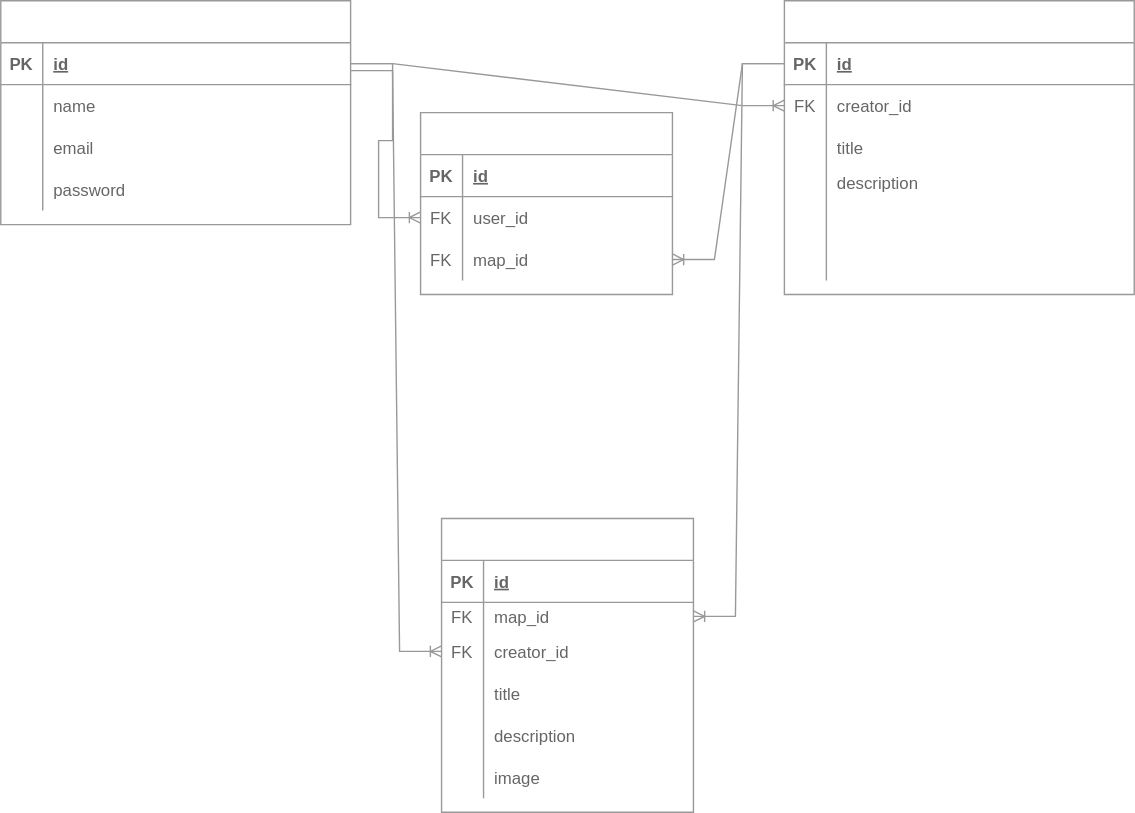
The draw.io diagram docs/erd/wiki-maps.drawio.svg in d33zhou/wikimaps, before a commit. Source tidied: cells renumbered, new cells last; positions are measured from the earlier drawing's top-left corner, leaving out a move shared by most shapes. Its diagram source:
```xml
<mxGraphModel background="#ffffff">
  <root>
    <mxCell id="0" />
    <mxCell id="1" parent="0" />
    <mxCell id="2" value="maps" style="shape=table;startSize=30;rowLines=0;fontStyle=1;align=center;strokeColor=#999999;fontColor=#FFFFFF;" parent="1" vertex="1">
      <mxGeometry x="560" width="250" height="210" as="geometry" />
    </mxCell>
    <mxCell id="3" style="shape=partialRectangle;fillColor=none;points=[[0,0.5],[1,0.5]];portConstraint=eastwest;top=0;left=0;right=0;bottom=1;strokeColor=#999999;fontColor=#666666;" parent="2" vertex="1">
      <mxGeometry y="30" width="250" height="30" as="geometry" />
    </mxCell>
    <mxCell id="4" value="PK" style="shape=partialRectangle;overflow=hidden;fillColor=none;top=0;left=0;bottom=0;right=0;fontStyle=1;strokeColor=#999999;fontColor=#666666;" parent="3" vertex="1">
      <mxGeometry width="30" height="30" as="geometry" />
    </mxCell>
    <mxCell id="5" value="id" style="shape=partialRectangle;overflow=hidden;fillColor=none;top=0;left=0;bottom=0;right=0;align=left;spacingLeft=6;fontStyle=5;strokeColor=#999999;fontColor=#666666;" parent="3" vertex="1">
      <mxGeometry x="30" width="220" height="30" as="geometry" />
    </mxCell>
    <mxCell id="6" style="shape=partialRectangle;fillColor=none;points=[[0,0.5],[1,0.5]];portConstraint=eastwest;top=0;left=0;right=0;bottom=0;strokeColor=#999999;fontColor=#666666;" parent="2" vertex="1">
      <mxGeometry y="60" width="250" height="30" as="geometry" />
    </mxCell>
    <mxCell id="7" value="FK" style="shape=partialRectangle;overflow=hidden;fillColor=none;top=0;left=0;bottom=0;right=0;strokeColor=#999999;fontColor=#666666;" parent="6" vertex="1">
      <mxGeometry width="30" height="30" as="geometry" />
    </mxCell>
    <mxCell id="8" value="creator_id" style="shape=partialRectangle;overflow=hidden;fillColor=none;top=0;left=0;bottom=0;right=0;align=left;spacingLeft=6;strokeColor=#999999;fontColor=#666666;" parent="6" vertex="1">
      <mxGeometry x="30" width="220" height="30" as="geometry" />
    </mxCell>
    <mxCell id="9" style="shape=partialRectangle;fillColor=none;top=0;left=0;right=0;bottom=0;strokeColor=#999999;fontColor=#666666;" parent="2" vertex="1">
      <mxGeometry y="90" width="250" height="30" as="geometry" />
    </mxCell>
    <mxCell id="10" style="shape=partialRectangle;overflow=hidden;fillColor=none;top=0;left=0;bottom=0;right=0;strokeColor=#999999;fontColor=#666666;" parent="9" vertex="1">
      <mxGeometry width="30" height="30" as="geometry" />
    </mxCell>
    <mxCell id="11" value="title" style="shape=partialRectangle;overflow=hidden;fillColor=none;top=0;left=0;bottom=0;right=0;align=left;spacingLeft=6;strokeColor=#999999;fontColor=#666666;" parent="9" vertex="1">
      <mxGeometry x="30" width="220" height="30" as="geometry" />
    </mxCell>
    <mxCell id="12" style="shape=partialRectangle;fillColor=none;top=0;left=0;right=0;bottom=0;strokeColor=#999999;fontColor=#666666;" parent="2" vertex="1">
      <mxGeometry y="120" width="250" height="20" as="geometry" />
    </mxCell>
    <mxCell id="13" style="shape=partialRectangle;overflow=hidden;fillColor=none;top=0;left=0;bottom=0;right=0;strokeColor=#999999;fontColor=#666666;" parent="12" vertex="1">
      <mxGeometry width="30" height="20" as="geometry" />
    </mxCell>
    <mxCell id="14" value="description" style="shape=partialRectangle;overflow=hidden;fillColor=none;top=0;left=0;bottom=0;right=0;align=left;spacingLeft=6;strokeColor=#999999;fontColor=#666666;" parent="12" vertex="1">
      <mxGeometry x="30" width="220" height="20" as="geometry" />
    </mxCell>
    <mxCell id="15" style="shape=partialRectangle;fillColor=none;top=0;left=0;right=0;bottom=0;strokeColor=#999999;fontColor=#666666;" parent="2" vertex="1">
      <mxGeometry y="140" width="250" height="30" as="geometry" />
    </mxCell>
    <mxCell id="16" style="shape=partialRectangle;overflow=hidden;fillColor=none;top=0;left=0;bottom=0;right=0;strokeColor=#999999;fontColor=#666666;" parent="15" vertex="1">
      <mxGeometry width="30" height="30" as="geometry" />
    </mxCell>
    <mxCell id="17" style="shape=partialRectangle;overflow=hidden;fillColor=none;top=0;left=0;bottom=0;right=0;align=left;spacingLeft=6;strokeColor=#999999;fontColor=#666666;" parent="15" vertex="1">
      <mxGeometry x="30" width="220" height="30" as="geometry" />
    </mxCell>
    <mxCell id="18" style="shape=partialRectangle;fillColor=none;top=0;left=0;right=0;bottom=0;strokeColor=#999999;fontColor=#666666;" parent="2" vertex="1">
      <mxGeometry y="170" width="250" height="30" as="geometry" />
    </mxCell>
    <mxCell id="19" style="shape=partialRectangle;overflow=hidden;fillColor=none;top=0;left=0;bottom=0;right=0;strokeColor=#999999;fontColor=#666666;" parent="18" vertex="1">
      <mxGeometry width="30" height="30" as="geometry" />
    </mxCell>
    <mxCell id="20" style="shape=partialRectangle;overflow=hidden;fillColor=none;top=0;left=0;bottom=0;right=0;align=left;spacingLeft=6;strokeColor=#999999;fontColor=#666666;" parent="18" vertex="1">
      <mxGeometry x="30" width="220" height="30" as="geometry" />
    </mxCell>
    <mxCell id="21" value="users" style="shape=table;startSize=30;rowLines=0;fontStyle=1;align=center;strokeColor=#999999;fontColor=#FFFFFF;" parent="1" vertex="1">
      <mxGeometry width="250" height="160" as="geometry" />
    </mxCell>
    <mxCell id="22" style="shape=partialRectangle;fillColor=none;points=[[0,0.5],[1,0.5]];portConstraint=eastwest;top=0;left=0;right=0;bottom=1;strokeColor=#999999;fontColor=#666666;" parent="21" vertex="1">
      <mxGeometry y="30" width="250" height="30" as="geometry" />
    </mxCell>
    <mxCell id="23" value="PK" style="shape=partialRectangle;overflow=hidden;fillColor=none;top=0;left=0;bottom=0;right=0;fontStyle=1;strokeColor=#999999;fontColor=#666666;" parent="22" vertex="1">
      <mxGeometry width="30" height="30" as="geometry" />
    </mxCell>
    <mxCell id="24" value="id" style="shape=partialRectangle;overflow=hidden;fillColor=none;top=0;left=0;bottom=0;right=0;align=left;spacingLeft=6;fontStyle=5;strokeColor=#999999;fontColor=#666666;" parent="22" vertex="1">
      <mxGeometry x="30" width="220" height="30" as="geometry" />
    </mxCell>
    <mxCell id="25" style="shape=partialRectangle;fillColor=none;top=0;left=0;right=0;bottom=0;strokeColor=#999999;fontColor=#666666;" parent="21" vertex="1">
      <mxGeometry y="60" width="250" height="30" as="geometry" />
    </mxCell>
    <mxCell id="26" style="shape=partialRectangle;overflow=hidden;fillColor=none;top=0;left=0;bottom=0;right=0;strokeColor=#999999;fontColor=#666666;" parent="25" vertex="1">
      <mxGeometry width="30" height="30" as="geometry" />
    </mxCell>
    <mxCell id="27" value="name" style="shape=partialRectangle;overflow=hidden;fillColor=none;top=0;left=0;bottom=0;right=0;align=left;spacingLeft=6;strokeColor=#999999;fontColor=#666666;" parent="25" vertex="1">
      <mxGeometry x="30" width="220" height="30" as="geometry" />
    </mxCell>
    <mxCell id="28" style="shape=partialRectangle;fillColor=none;top=0;left=0;right=0;bottom=0;strokeColor=#999999;fontColor=#666666;" parent="21" vertex="1">
      <mxGeometry y="90" width="250" height="30" as="geometry" />
    </mxCell>
    <mxCell id="29" style="shape=partialRectangle;overflow=hidden;fillColor=none;top=0;left=0;bottom=0;right=0;strokeColor=#999999;fontColor=#666666;" parent="28" vertex="1">
      <mxGeometry width="30" height="30" as="geometry" />
    </mxCell>
    <mxCell id="30" value="email" style="shape=partialRectangle;overflow=hidden;fillColor=none;top=0;left=0;bottom=0;right=0;align=left;spacingLeft=6;strokeColor=#999999;fontColor=#666666;" parent="28" vertex="1">
      <mxGeometry x="30" width="220" height="30" as="geometry" />
    </mxCell>
    <mxCell id="31" style="shape=partialRectangle;fillColor=none;top=0;left=0;right=0;bottom=0;strokeColor=#999999;fontColor=#666666;" parent="21" vertex="1">
      <mxGeometry y="120" width="250" height="30" as="geometry" />
    </mxCell>
    <mxCell id="32" style="shape=partialRectangle;overflow=hidden;fillColor=none;top=0;left=0;bottom=0;right=0;strokeColor=#999999;fontColor=#666666;" parent="31" vertex="1">
      <mxGeometry width="30" height="30" as="geometry" />
    </mxCell>
    <mxCell id="33" value="password" style="shape=partialRectangle;overflow=hidden;fillColor=none;top=0;left=0;bottom=0;right=0;align=left;spacingLeft=6;strokeColor=#999999;fontColor=#666666;" parent="31" vertex="1">
      <mxGeometry x="30" width="220" height="30" as="geometry" />
    </mxCell>
    <mxCell id="34" value="points" style="shape=table;startSize=30;rowLines=0;fontStyle=1;align=center;strokeColor=#999999;fontColor=#FFFFFF;" parent="1" vertex="1">
      <mxGeometry x="315" y="370" width="180" height="210" as="geometry" />
    </mxCell>
    <mxCell id="35" style="shape=partialRectangle;fillColor=none;top=0;left=0;bottom=1;right=0;strokeColor=#999999;fontColor=#666666;" parent="34" vertex="1">
      <mxGeometry y="30" width="180" height="30" as="geometry" />
    </mxCell>
    <mxCell id="36" value="PK" style="shape=partialRectangle;fillColor=none;top=0;left=0;bottom=0;right=0;fontStyle=1;overflow=hidden;strokeColor=#999999;fontColor=#666666;" parent="35" vertex="1">
      <mxGeometry width="30" height="30" as="geometry" />
    </mxCell>
    <mxCell id="37" value="id" style="shape=partialRectangle;fillColor=none;top=0;left=0;bottom=0;right=0;align=left;spacingLeft=6;fontStyle=5;overflow=hidden;strokeColor=#999999;fontColor=#666666;" parent="35" vertex="1">
      <mxGeometry x="30" width="150" height="30" as="geometry" />
    </mxCell>
    <mxCell id="38" style="shape=partialRectangle;fillColor=none;top=0;left=0;bottom=0;right=0;points=[[0,0.5],[1,0.5]];portConstraint=eastwest;strokeColor=#999999;fontColor=#666666;" parent="34" vertex="1">
      <mxGeometry y="60" width="180" height="20" as="geometry" />
    </mxCell>
    <mxCell id="39" value="FK" style="shape=partialRectangle;fillColor=none;top=0;left=0;bottom=0;right=0;overflow=hidden;strokeColor=#999999;fontColor=#666666;" parent="38" vertex="1">
      <mxGeometry width="30" height="20" as="geometry" />
    </mxCell>
    <mxCell id="40" value="map_id" style="shape=partialRectangle;fillColor=none;top=0;left=0;bottom=0;right=0;align=left;spacingLeft=6;overflow=hidden;strokeColor=#999999;fontColor=#666666;" parent="38" vertex="1">
      <mxGeometry x="30" width="150" height="20" as="geometry" />
    </mxCell>
    <mxCell id="41" style="shape=partialRectangle;fillColor=none;top=0;left=0;bottom=0;right=0;points=[[0,0.5],[1,0.5]];portConstraint=eastwest;strokeColor=#999999;fontColor=#666666;" parent="34" vertex="1">
      <mxGeometry y="80" width="180" height="30" as="geometry" />
    </mxCell>
    <mxCell id="42" value="FK" style="shape=partialRectangle;fillColor=none;top=0;left=0;bottom=0;right=0;overflow=hidden;strokeColor=#999999;fontColor=#666666;" parent="41" vertex="1">
      <mxGeometry width="30" height="30" as="geometry" />
    </mxCell>
    <mxCell id="43" value="creator_id" style="shape=partialRectangle;fillColor=none;top=0;left=0;bottom=0;right=0;align=left;spacingLeft=6;overflow=hidden;strokeColor=#999999;fontColor=#666666;" parent="41" vertex="1">
      <mxGeometry x="30" width="150" height="30" as="geometry" />
    </mxCell>
    <mxCell id="44" style="shape=partialRectangle;fillColor=none;top=0;left=0;bottom=0;right=0;strokeColor=#999999;fontColor=#666666;" parent="34" vertex="1">
      <mxGeometry y="110" width="180" height="30" as="geometry" />
    </mxCell>
    <mxCell id="45" style="shape=partialRectangle;fillColor=none;top=0;left=0;bottom=0;right=0;overflow=hidden;strokeColor=#999999;fontColor=#666666;" parent="44" vertex="1">
      <mxGeometry width="30" height="30" as="geometry" />
    </mxCell>
    <mxCell id="46" value="title" style="shape=partialRectangle;fillColor=none;top=0;left=0;bottom=0;right=0;align=left;spacingLeft=6;overflow=hidden;strokeColor=#999999;fontColor=#666666;" parent="44" vertex="1">
      <mxGeometry x="30" width="150" height="30" as="geometry" />
    </mxCell>
    <mxCell id="47" style="shape=partialRectangle;fillColor=none;top=0;left=0;bottom=0;right=0;strokeColor=#999999;fontColor=#666666;" parent="34" vertex="1">
      <mxGeometry y="140" width="180" height="30" as="geometry" />
    </mxCell>
    <mxCell id="48" style="shape=partialRectangle;fillColor=none;top=0;left=0;bottom=0;right=0;overflow=hidden;strokeColor=#999999;fontColor=#666666;" parent="47" vertex="1">
      <mxGeometry width="30" height="30" as="geometry" />
    </mxCell>
    <mxCell id="49" value="description" style="shape=partialRectangle;fillColor=none;top=0;left=0;bottom=0;right=0;align=left;spacingLeft=6;overflow=hidden;strokeColor=#999999;fontColor=#666666;" parent="47" vertex="1">
      <mxGeometry x="30" width="150" height="30" as="geometry" />
    </mxCell>
    <mxCell id="50" style="shape=partialRectangle;fillColor=none;top=0;left=0;bottom=0;right=0;strokeColor=#999999;fontColor=#666666;" parent="34" vertex="1">
      <mxGeometry y="170" width="180" height="30" as="geometry" />
    </mxCell>
    <mxCell id="51" style="shape=partialRectangle;fillColor=none;top=0;left=0;bottom=0;right=0;overflow=hidden;strokeColor=#999999;fontColor=#666666;" parent="50" vertex="1">
      <mxGeometry width="30" height="30" as="geometry" />
    </mxCell>
    <mxCell id="52" value="image" style="shape=partialRectangle;fillColor=none;top=0;left=0;bottom=0;right=0;align=left;spacingLeft=6;overflow=hidden;strokeColor=#999999;fontColor=#666666;" parent="50" vertex="1">
      <mxGeometry x="30" width="150" height="30" as="geometry" />
    </mxCell>
    <mxCell id="53" style="edgeStyle=entityRelationEdgeStyle;fontSize=12;html=1;endArrow=ERoneToMany;rounded=0;exitX=0;exitY=0.5;exitDx=0;exitDy=0;entryX=1;entryY=0.5;entryDx=0;entryDy=0;strokeColor=#999999;fontColor=#666666;" parent="1" edge="1" source="3" target="38">
      <mxGeometry relative="1" as="geometry" />
    </mxCell>
    <mxCell id="54" value="favorites" style="shape=table;startSize=30;rowLines=0;fontStyle=1;align=center;strokeColor=#999999;fontColor=#FFFFFF;" parent="1" vertex="1">
      <mxGeometry x="300" y="80" width="180" height="130" as="geometry" />
    </mxCell>
    <mxCell id="55" style="shape=partialRectangle;fillColor=none;top=0;left=0;bottom=1;right=0;strokeColor=#999999;fontColor=#666666;" parent="54" vertex="1">
      <mxGeometry y="30" width="180" height="30" as="geometry" />
    </mxCell>
    <mxCell id="56" value="PK" style="shape=partialRectangle;fillColor=none;top=0;left=0;bottom=0;right=0;fontStyle=1;overflow=hidden;strokeColor=#999999;fontColor=#666666;" parent="55" vertex="1">
      <mxGeometry width="30" height="30" as="geometry" />
    </mxCell>
    <mxCell id="57" value="id" style="shape=partialRectangle;fillColor=none;top=0;left=0;bottom=0;right=0;align=left;spacingLeft=6;fontStyle=5;overflow=hidden;strokeColor=#999999;fontColor=#666666;" parent="55" vertex="1">
      <mxGeometry x="30" width="150" height="30" as="geometry" />
    </mxCell>
    <mxCell id="58" style="shape=partialRectangle;fillColor=none;top=0;left=0;bottom=0;right=0;points=[[0,0.5],[1,0.5]];portConstraint=eastwest;strokeColor=#999999;fontColor=#666666;" parent="54" vertex="1">
      <mxGeometry y="60" width="180" height="30" as="geometry" />
    </mxCell>
    <mxCell id="59" value="FK" style="shape=partialRectangle;fillColor=none;top=0;left=0;bottom=0;right=0;overflow=hidden;strokeColor=#999999;fontColor=#666666;" parent="58" vertex="1">
      <mxGeometry width="30" height="30" as="geometry" />
    </mxCell>
    <mxCell id="60" value="user_id" style="shape=partialRectangle;fillColor=none;top=0;left=0;bottom=0;right=0;align=left;spacingLeft=6;overflow=hidden;strokeColor=#999999;fontColor=#666666;" parent="58" vertex="1">
      <mxGeometry x="30" width="150" height="30" as="geometry" />
    </mxCell>
    <mxCell id="61" style="shape=partialRectangle;fillColor=none;top=0;left=0;bottom=0;right=0;points=[[0,0.5],[1,0.5]];portConstraint=eastwest;strokeColor=#999999;fontColor=#666666;" parent="54" vertex="1">
      <mxGeometry y="90" width="180" height="30" as="geometry" />
    </mxCell>
    <mxCell id="62" value="FK" style="shape=partialRectangle;fillColor=none;top=0;left=0;bottom=0;right=0;overflow=hidden;strokeColor=#999999;fontColor=#666666;" parent="61" vertex="1">
      <mxGeometry width="30" height="30" as="geometry" />
    </mxCell>
    <mxCell id="63" value="map_id" style="shape=partialRectangle;fillColor=none;top=0;left=0;bottom=0;right=0;align=left;spacingLeft=6;overflow=hidden;strokeColor=#999999;fontColor=#666666;" parent="61" vertex="1">
      <mxGeometry x="30" width="150" height="30" as="geometry" />
    </mxCell>
    <mxCell id="64" style="edgeStyle=entityRelationEdgeStyle;fontSize=12;html=1;endArrow=ERoneToMany;rounded=0;exitX=1;exitY=0.5;exitDx=0;exitDy=0;entryX=0;entryY=0.5;entryDx=0;entryDy=0;strokeColor=#999999;fontColor=#666666;" parent="1" edge="1" source="22" target="6">
      <mxGeometry relative="1" as="geometry" />
    </mxCell>
    <mxCell id="65" style="edgeStyle=entityRelationEdgeStyle;fontSize=12;html=1;endArrow=ERoneToMany;rounded=0;entryX=0;entryY=0.5;entryDx=0;entryDy=0;exitX=1;exitY=0.5;exitDx=0;exitDy=0;strokeColor=#999999;fontColor=#666666;" parent="1" edge="1" source="22" target="58">
      <mxGeometry relative="1" as="geometry" />
    </mxCell>
    <mxCell id="66" style="edgeStyle=entityRelationEdgeStyle;fontSize=12;html=1;endArrow=ERoneToMany;rounded=0;exitX=0;exitY=0.5;exitDx=0;exitDy=0;entryX=1;entryY=0.5;entryDx=0;entryDy=0;strokeColor=#999999;fontColor=#666666;" parent="1" edge="1" source="3" target="61">
      <mxGeometry relative="1" as="geometry" />
    </mxCell>
    <mxCell id="67" style="edgeStyle=entityRelationEdgeStyle;fontSize=12;html=1;endArrow=ERoneToMany;rounded=0;entryX=0;entryY=0.5;entryDx=0;entryDy=0;strokeColor=#999999;fontColor=#666666;" parent="1" edge="1" target="41">
      <mxGeometry relative="1" as="geometry">
        <mxPoint x="250" y="50" as="sourcePoint" />
      </mxGeometry>
    </mxCell>
  </root>
</mxGraphModel>
```
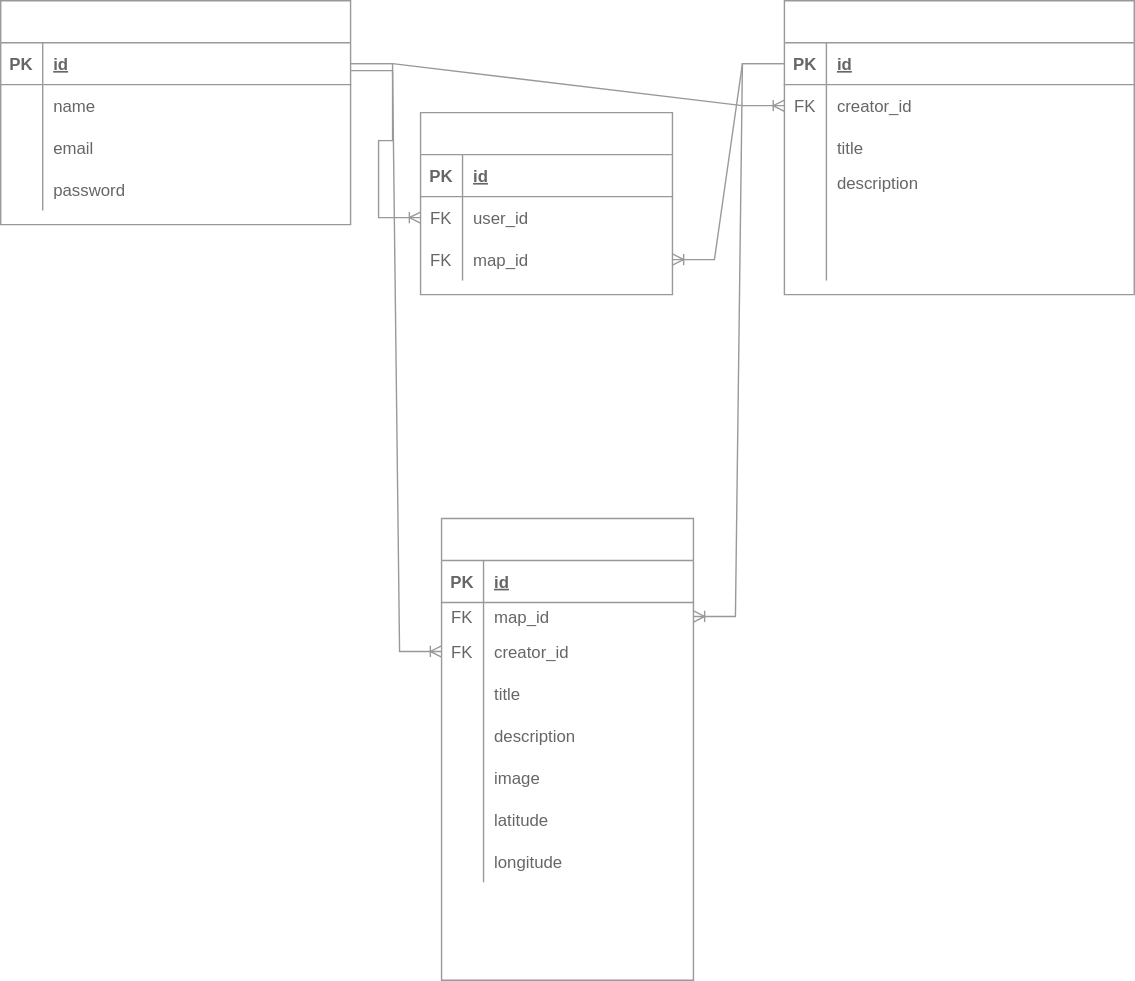
After the change.

What changed in the source:
```diff
@@ -99,7 +99,7 @@
       <mxGeometry x="30" width="220" height="30" as="geometry" />
     </mxCell>
     <mxCell id="34" value="points" style="shape=table;startSize=30;rowLines=0;fontStyle=1;align=center;strokeColor=#999999;fontColor=#FFFFFF;" parent="1" vertex="1">
-      <mxGeometry x="315" y="370" width="180" height="210" as="geometry" />
+      <mxGeometry x="315" y="370" width="180" height="330" as="geometry" />
     </mxCell>
     <mxCell id="35" style="shape=partialRectangle;fillColor=none;top=0;left=0;bottom=1;right=0;strokeColor=#999999;fontColor=#666666;" parent="34" vertex="1">
       <mxGeometry y="30" width="180" height="30" as="geometry" />
@@ -155,6 +155,24 @@
     <mxCell id="52" value="image" style="shape=partialRectangle;fillColor=none;top=0;left=0;bottom=0;right=0;align=left;spacingLeft=6;overflow=hidden;strokeColor=#999999;fontColor=#666666;" parent="50" vertex="1">
       <mxGeometry x="30" width="150" height="30" as="geometry" />
     </mxCell>
+    <mxCell id="68" style="shape=partialRectangle;fillColor=none;top=0;left=0;bottom=0;right=0;strokeColor=#999999;fontColor=#666666;" parent="34" vertex="1">
+      <mxGeometry y="200" width="180" height="30" as="geometry" />
+    </mxCell>
+    <mxCell id="69" style="shape=partialRectangle;fillColor=none;top=0;left=0;bottom=0;right=0;overflow=hidden;strokeColor=#999999;fontColor=#666666;" parent="68" vertex="1">
+      <mxGeometry width="30" height="30" as="geometry" />
+    </mxCell>
+    <mxCell id="70" value="latitude" style="shape=partialRectangle;fillColor=none;top=0;left=0;bottom=0;right=0;align=left;spacingLeft=6;overflow=hidden;strokeColor=#999999;fontColor=#666666;" parent="68" vertex="1">
+      <mxGeometry x="30" width="150" height="30" as="geometry" />
+    </mxCell>
+    <mxCell id="71" style="shape=partialRectangle;fillColor=none;top=0;left=0;bottom=0;right=0;strokeColor=#999999;fontColor=#666666;" parent="34" vertex="1">
+      <mxGeometry y="230" width="180" height="30" as="geometry" />
+    </mxCell>
+    <mxCell id="72" style="shape=partialRectangle;fillColor=none;top=0;left=0;bottom=0;right=0;overflow=hidden;strokeColor=#999999;fontColor=#666666;" parent="71" vertex="1">
+      <mxGeometry width="30" height="30" as="geometry" />
+    </mxCell>
+    <mxCell id="73" value="longitude" style="shape=partialRectangle;fillColor=none;top=0;left=0;bottom=0;right=0;align=left;spacingLeft=6;overflow=hidden;strokeColor=#999999;fontColor=#666666;" parent="71" vertex="1">
+      <mxGeometry x="30" width="150" height="30" as="geometry" />
+    </mxCell>
     <mxCell id="53" style="edgeStyle=entityRelationEdgeStyle;fontSize=12;html=1;endArrow=ERoneToMany;rounded=0;exitX=0;exitY=0.5;exitDx=0;exitDy=0;entryX=1;entryY=0.5;entryDx=0;entryDy=0;strokeColor=#999999;fontColor=#666666;" parent="1" edge="1" source="3" target="38">
       <mxGeometry relative="1" as="geometry" />
     </mxCell>
```
